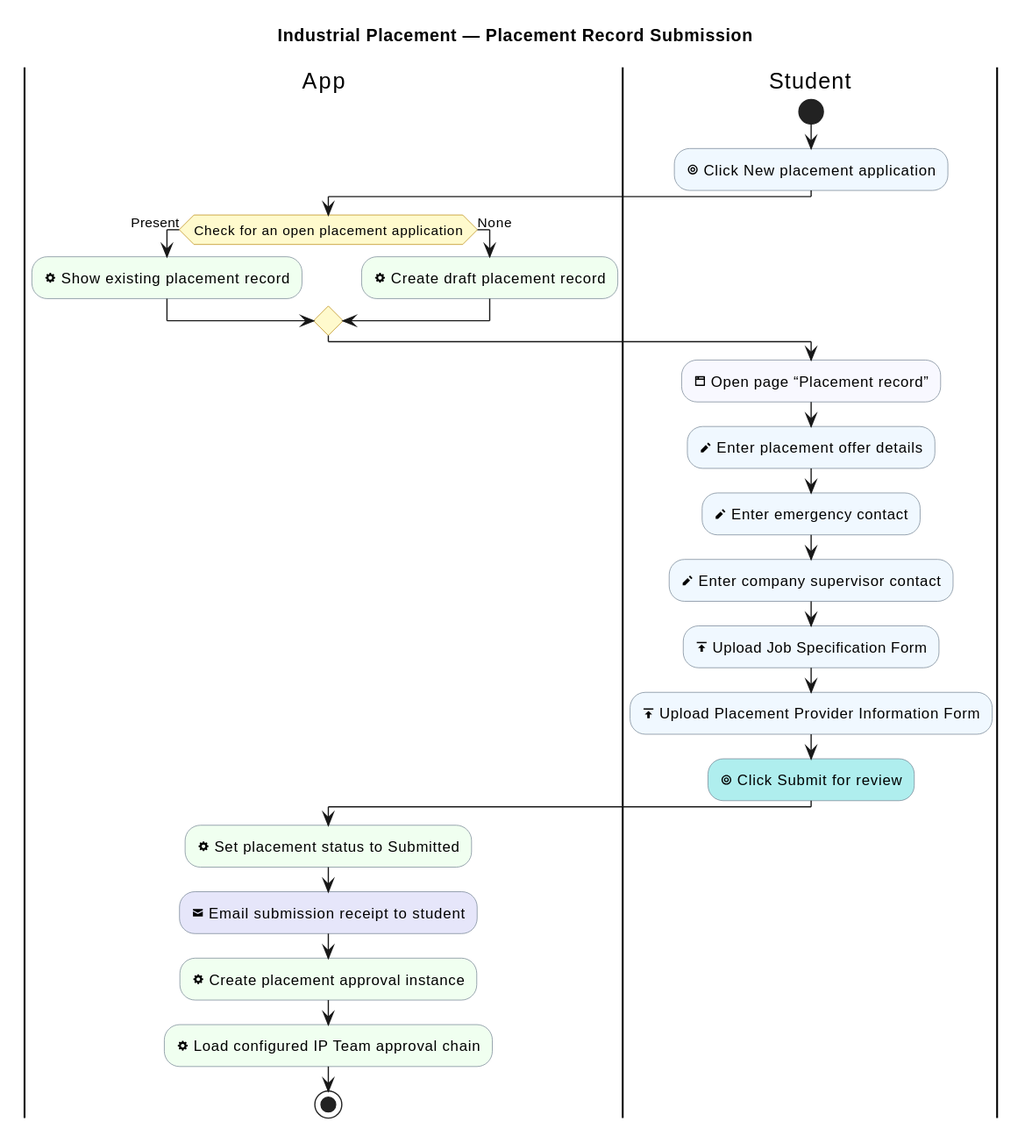
Earlier version of the PlantUML export industrial-placement-group-project/diagrams/industrial-placement/placement-record-submission.svg (sdflkjssl/sdflkjssl.github.io).
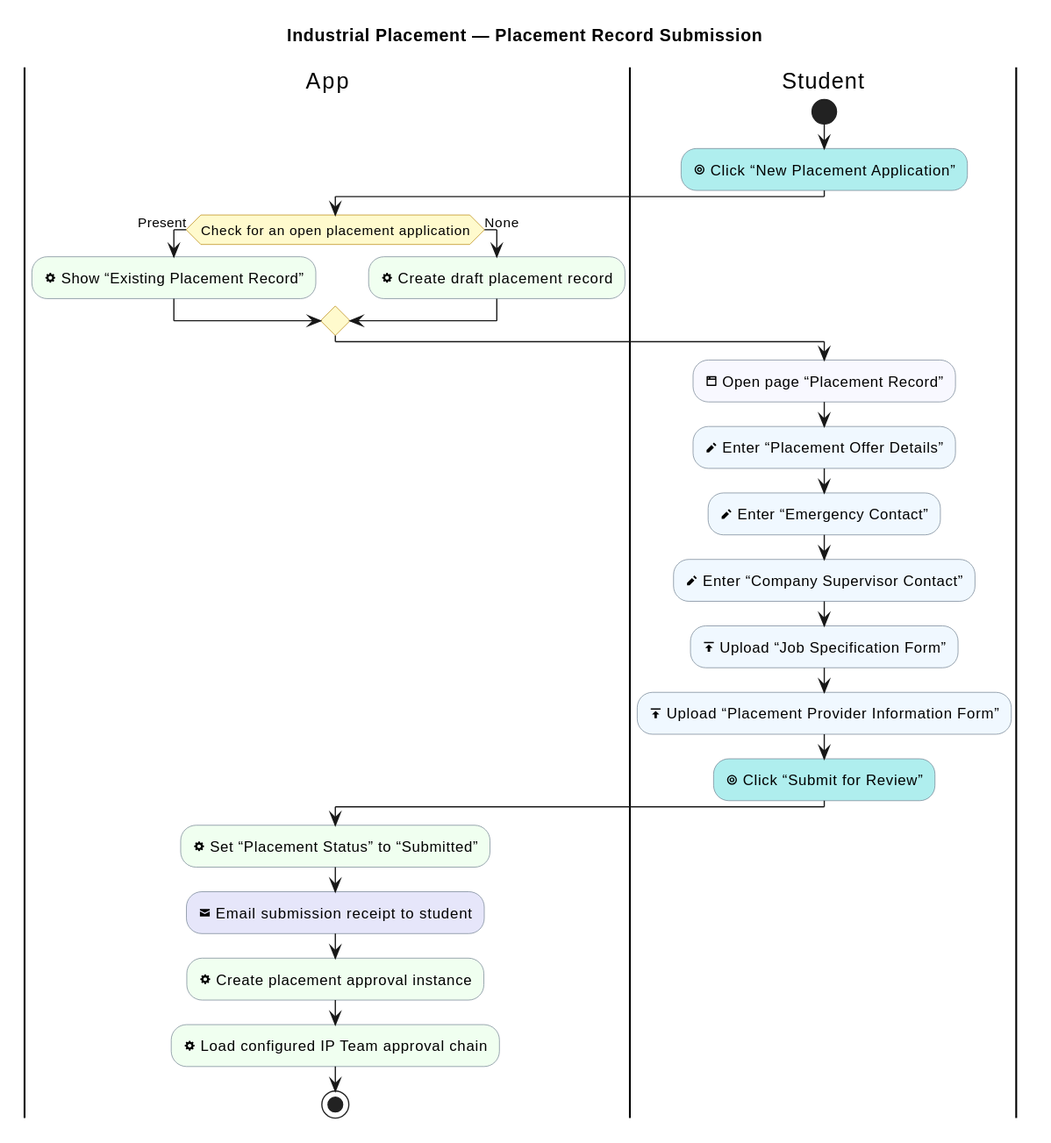
The same diagram one commit later.

Diff of the diagram source:
```diff
@@ -12,25 +12,25 @@
 
 |Student|
 start
-:<&target> Click New placement application; <<#AliceBlue>>
+:<&target> Click “New Placement Application”; <<#PaleTurquoise>>
 |App|
 if (Check for an open placement application) then (Present)
-  :<&cog> Show existing placement record; <<#HoneyDew>>
+  :<&cog> Show “Existing Placement Record”; <<#HoneyDew>>
 else (None)
   :<&cog> Create draft placement record; <<#HoneyDew>>
 endif
 
 |Student|
-:<&browser> Open page “Placement record”; <<#GhostWhite>>
-:<&pencil> Enter placement offer details; <<#AliceBlue>>
-:<&pencil> Enter emergency contact; <<#AliceBlue>>
-:<&pencil> Enter company supervisor contact; <<#AliceBlue>>
-:<&data-transfer-upload> Upload Job Specification Form; <<#AliceBlue>>
-:<&data-transfer-upload> Upload Placement Provider Information Form; <<#AliceBlue>>
-:<&target> Click Submit for review; <<#PaleTurquoise>>
+:<&browser> Open page “Placement Record”; <<#GhostWhite>>
+:<&pencil> Enter “Placement Offer Details”; <<#AliceBlue>>
+:<&pencil> Enter “Emergency Contact”; <<#AliceBlue>>
+:<&pencil> Enter “Company Supervisor Contact”; <<#AliceBlue>>
+:<&data-transfer-upload> Upload “Job Specification Form”; <<#AliceBlue>>
+:<&data-transfer-upload> Upload “Placement Provider Information Form”; <<#AliceBlue>>
+:<&target> Click “Submit for Review”; <<#PaleTurquoise>>
 
 |App|
-:<&cog> Set placement status to Submitted; <<#HoneyDew>>
+:<&cog> Set “Placement Status” to “Submitted”; <<#HoneyDew>>
 :<&envelope-closed> Email submission receipt to student; <<#Lavender>>
 :<&cog> Create placement approval instance; <<#HoneyDew>>
 :<&cog> Load configured IP Team approval chain; <<#HoneyDew>>
```
